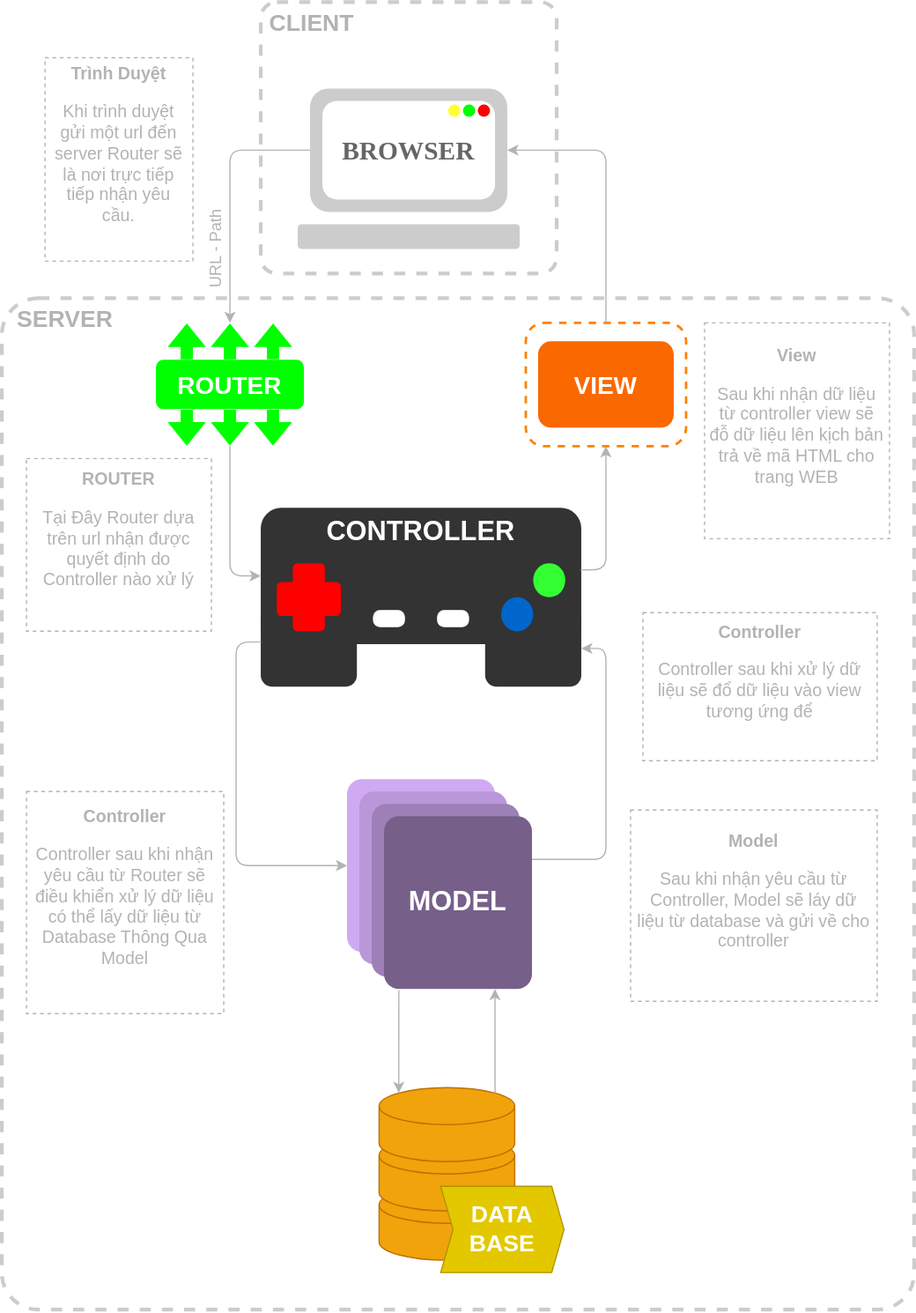
The draw.io diagram core/mvc_map.svg in ThanhKhanAGU/KMVC, before a commit. Source tidied: cells renumbered, new cells last; positions are measured from the earlier drawing's top-left corner, leaving out a move shared by most shapes.
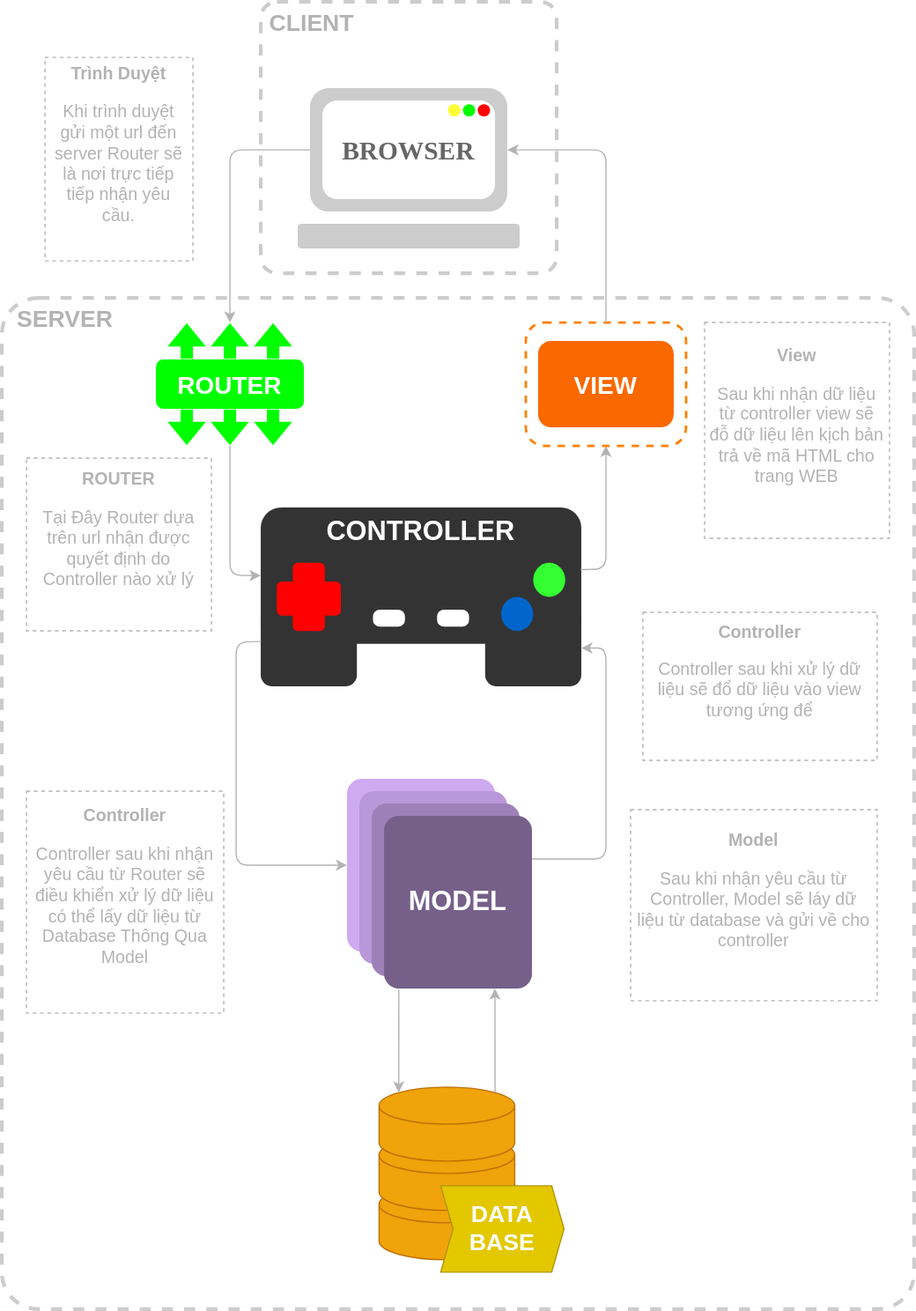
The same file after the commit.

What changed in the source:
```diff
@@ -131,9 +131,6 @@
         </Array>
       </mxGeometry>
     </mxCell>
-    <mxCell id="38" value="&lt;font style=&quot;font-size: 13px&quot;&gt;URL - Path&lt;/font&gt;" style="text;html=1;strokeColor=none;fillColor=none;align=center;verticalAlign=middle;whiteSpace=wrap;rounded=0;labelBackgroundColor=none;fontSize=20;rotation=-90;fontColor=#B3B3B3;" parent="1" vertex="1">
-      <mxGeometry x="115" y="190" width="110" height="20" as="geometry" />
-    </mxCell>
     <mxCell id="39" value="&lt;h1 style=&quot;font-size: 14px&quot;&gt;Trình Duyệt&lt;/h1&gt;&lt;p style=&quot;font-size: 14px&quot;&gt;Khi trình duyệt gửi một url đến server Router sẽ là nơi trực tiếp tiếp nhận yêu cầu.&lt;/p&gt;" style="text;html=1;fillColor=none;spacing=5;spacingTop=-20;whiteSpace=wrap;overflow=hidden;rounded=0;labelBackgroundColor=none;fontSize=14;verticalAlign=middle;dashed=1;strokeColor=#B3B3B3;align=center;fontColor=#B3B3B3;" parent="1" vertex="1">
       <mxGeometry x="35" y="45" width="120" height="165" as="geometry" />
     </mxCell>
```
